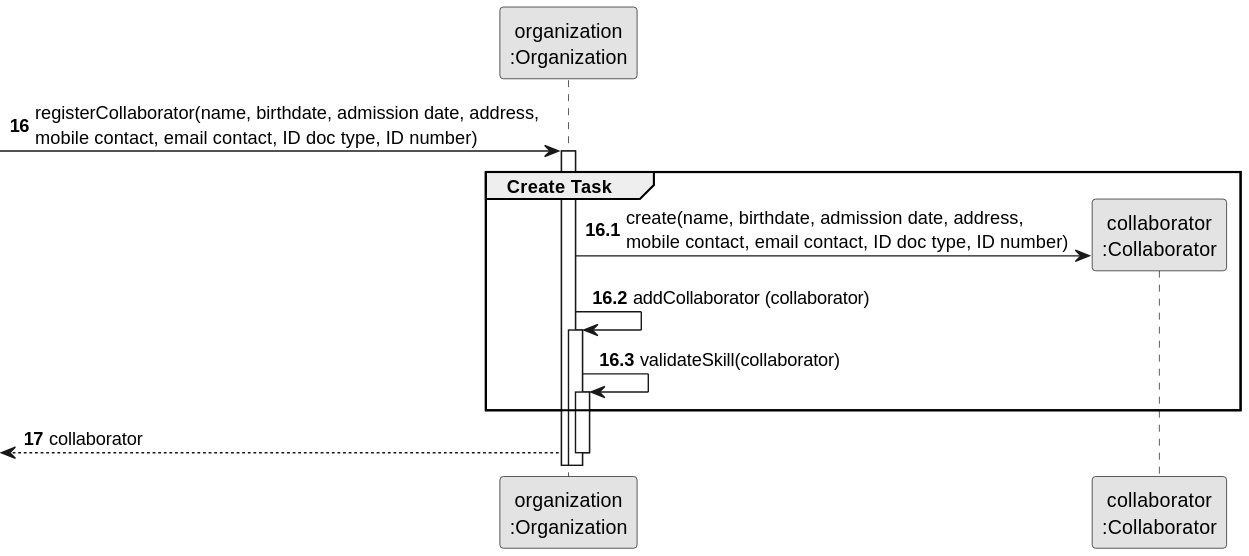
Earlier version of the PlantUML export docs/sprint2/us003/03.design/svg/us003-sequence-diagram-split.svg (tiagosoa/lei-24-s2-1dgh-g073).
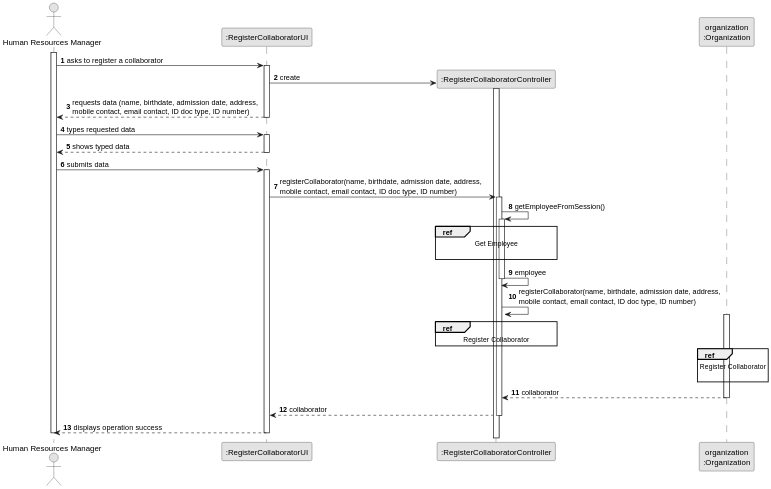
The same diagram one commit later.

Diff of the diagram source:
```diff
@@ -3,25 +3,67 @@
 skinparam packageStyle rectangle
 skinparam shadowing false
 
+autonumber
+
+actor "Human Resources Manager" as ADM
+participant ":RegisterCollaboratorUI" as UI
+participant ":RegisterCollaboratorController" as CTRL
 participant "organization\n:Organization" as ORG
-participant "collaborator\n:Collaborator" as COLABORADOR
 
-autonumber 16
--> ORG: registerCollaborator(name, birthdate, admission date, address, \nmobile contact, email contact, ID doc type, ID number)
+activate ADM
 
-autonumber 16.1
-activate ORG
-    group Create Task
+    ADM -> UI : asks to register a collaborator
 
-        ORG -> COLABORADOR**: create(name, birthdate, admission date, address, \nmobile contact, email contact, ID doc type, ID number)
-        ORG -> ORG: addCollaborator (collaborator)
+    activate UI
 
-        activate ORG
-            ORG -> ORG: validateSkill(collaborator)
+        UI -> CTRL** : create
+
+        activate CTRL
+
+        UI --> ADM : requests data (name, birthdate, admission date, address, \nmobile contact, email contact, ID doc type, ID number)
+    deactivate UI
+
+    ADM -> UI : types requested data
+    activate UI
+
+        UI --> ADM : shows typed data
+    deactivate UI
+
+    ADM -> UI : submits data
+    activate UI
+
+        UI -> CTRL : registerCollaborator(name, birthdate, admission date, address, \nmobile contact, email contact, ID doc type, ID number)
+        activate CTRL
+
+            CTRL -> CTRL : getEmployeeFromSession()
+            activate CTRL
+
+                ref over CTRL
+                    Get Employee
+
+                end ref
+                CTRL -> CTRL : employee
+            deactivate CTRL
+
+            CTRL -> CTRL: registerCollaborator(name, birthdate, admission date, address, \nmobile contact, email contact, ID doc type, ID number)
             activate ORG
-    end
 
-    autonumber 17
-    <-- ORG : collaborator
-deactivate ORG
+                ref over CTRL
+                    Register Collaborator
+                end
+
+                                ref over ORG
+                                    Register Collaborator
+
+                end
+
+                ORG --> CTRL : collaborator
+            deactivate ORG
+
+            CTRL --> UI: collaborator
+            deactivate CTRL
+            UI --> ADM: displays operation success
+    deactivate UI
+
+deactivate ADM
 @enduml
```
